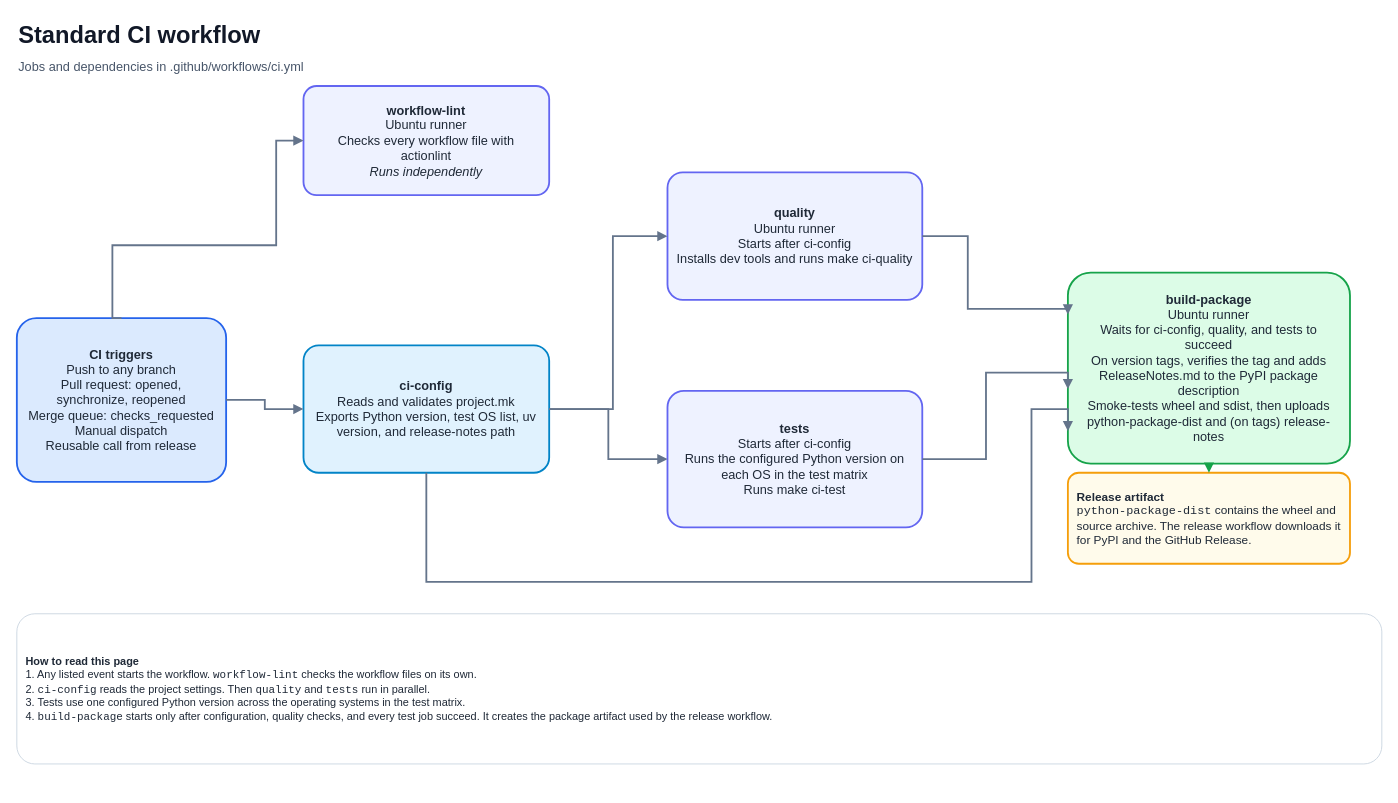
GaaabLiz/Python-ci-make-template keeps this draw.io diagram as page "1 · Standard CI" (1 of 4) of docs/ci-workflows.drawio. Above is the earlier version. Source tidied: cells renumbered, new cells numbered last; positions are measured from the earlier drawing's top-left corner, leaving out a move shared by most shapes. Both pictures are drawn from the tidied source at 91%, with x=0, y=0 at pixel (16, 15).
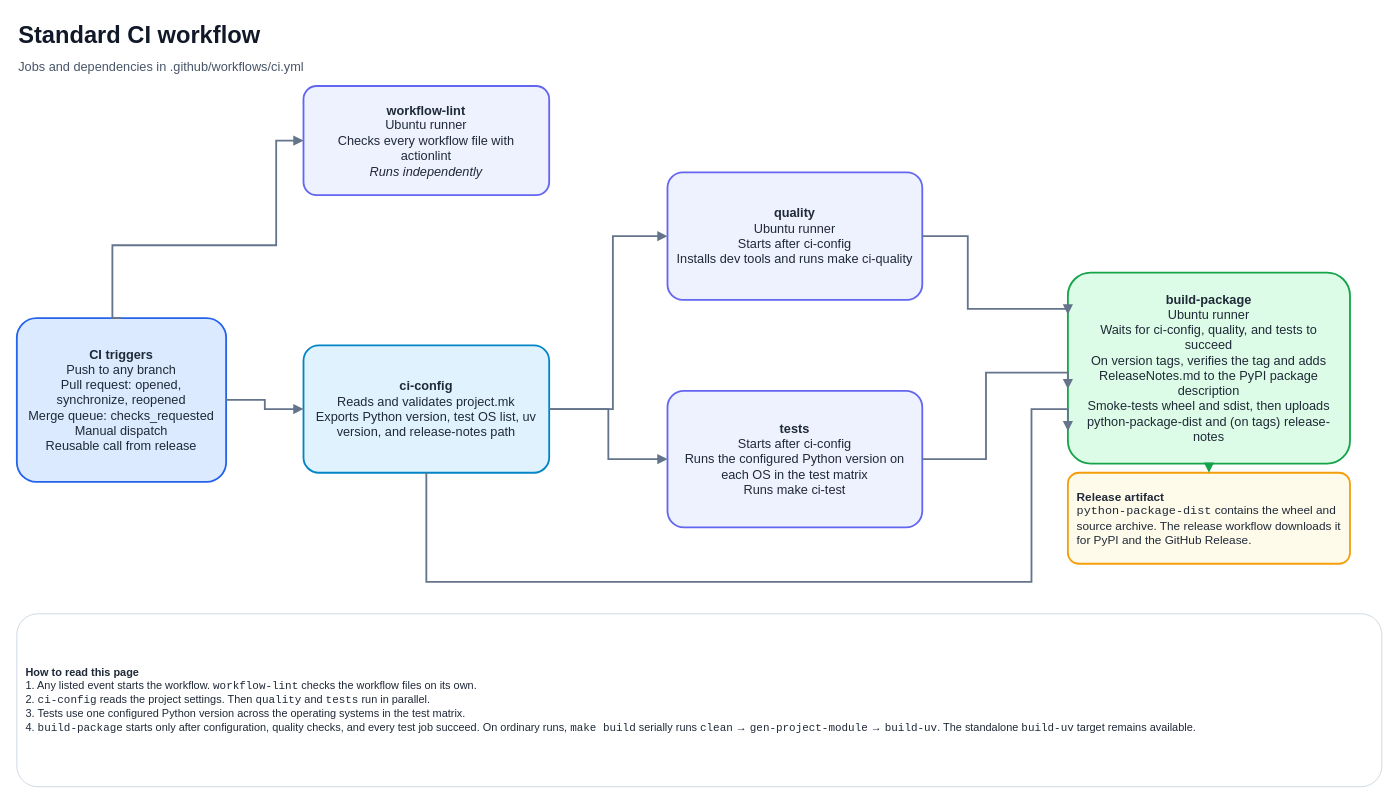
The same diagram, later.

Commit message (it also covers changes not shown here):
fix(make): sequence builds and release tagging

What changed in the source:
```diff
@@
-    <mxCell id="11" value="&lt;b&gt;How to read this page&lt;/b&gt;&lt;br&gt;1. Any listed event starts the workflow. &lt;code&gt;workflow-lint&lt;/code&gt; checks the workflow files on its own.&lt;br&gt;2. &lt;code&gt;ci-config&lt;/code&gt; reads the project settings. Then &lt;code&gt;quality&lt;/code&gt; and &lt;code&gt;tests&lt;/code&gt; run in parallel.&lt;br&gt;3. Tests use one configured Python version across the operating systems in the test matrix.&lt;br&gt;4. &lt;code&gt;build-package&lt;/code&gt; starts only after configuration, quality checks, and every test job succeed. It creates the package artifact used by the release workflow." style="rounded=1;whiteSpace=wrap;html=1;align=center;verticalAlign=middle;fontFamily=Helvetica;fontSize=14;fontColor=#1f2937;spacing=10;fillColor=#ffffff;strokeColor=#cbd5e1;strokeWidth=2;arcSize=12;fontSize=12;align=left;verticalAlign=middle;strokeWidth=1;" parent="1" vertex="1">
-      <mxGeometry y="657" width="1500" height="165" as="geometry" />
+    <mxCell id="11" value="&lt;b&gt;How to read this page&lt;/b&gt;&lt;br&gt;1. Any listed event starts the workflow. &lt;code&gt;workflow-lint&lt;/code&gt; checks the workflow files on its own.&lt;br&gt;2. &lt;code&gt;ci-config&lt;/code&gt; reads the project settings. Then &lt;code&gt;quality&lt;/code&gt; and &lt;code&gt;tests&lt;/code&gt; run in parallel.&lt;br&gt;3. Tests use one configured Python version across the operating systems in the test matrix.&lt;br&gt;4. &lt;code&gt;build-package&lt;/code&gt; starts only after configuration, quality checks, and every test job succeed. On ordinary runs, &lt;code&gt;make build&lt;/code&gt; serially runs &lt;code&gt;clean&lt;/code&gt; → &lt;code&gt;gen-project-module&lt;/code&gt; → &lt;code&gt;build-uv&lt;/code&gt;. The standalone &lt;code&gt;build-uv&lt;/code&gt; target remains available." style="rounded=1;whiteSpace=wrap;html=1;align=center;verticalAlign=middle;fontFamily=Helvetica;fontSize=14;fontColor=#1f2937;spacing=10;fillColor=#ffffff;strokeColor=#cbd5e1;strokeWidth=2;arcSize=12;fontSize=12;align=left;verticalAlign=middle;strokeWidth=1;" parent="1" vertex="1">
+      <mxGeometry y="657" width="1500" height="190" as="geometry" />
     </mxCell>
```
